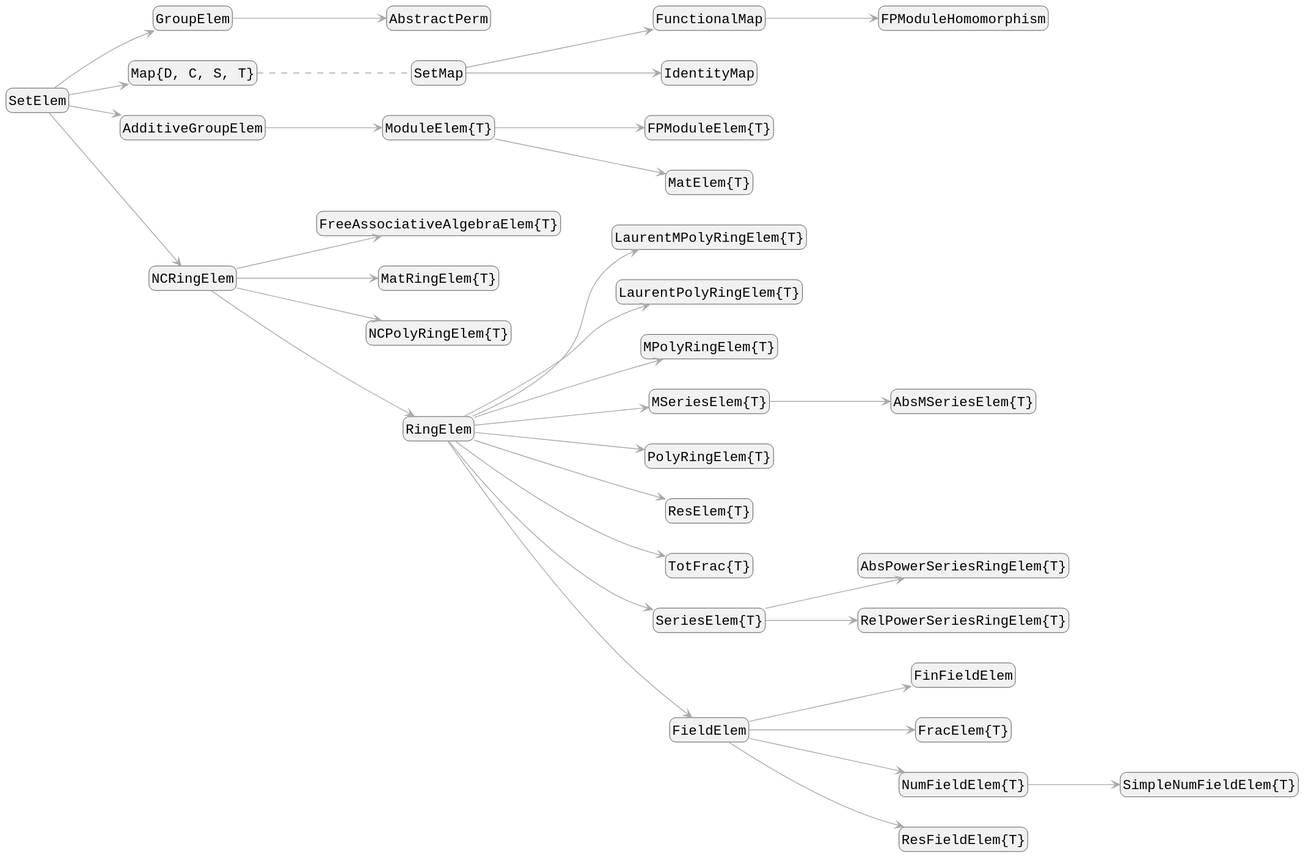
Earlier version of the PlantUML export docs/src/assets/elements_diagram.svg (Nemocas/AbstractAlgebra.jl).
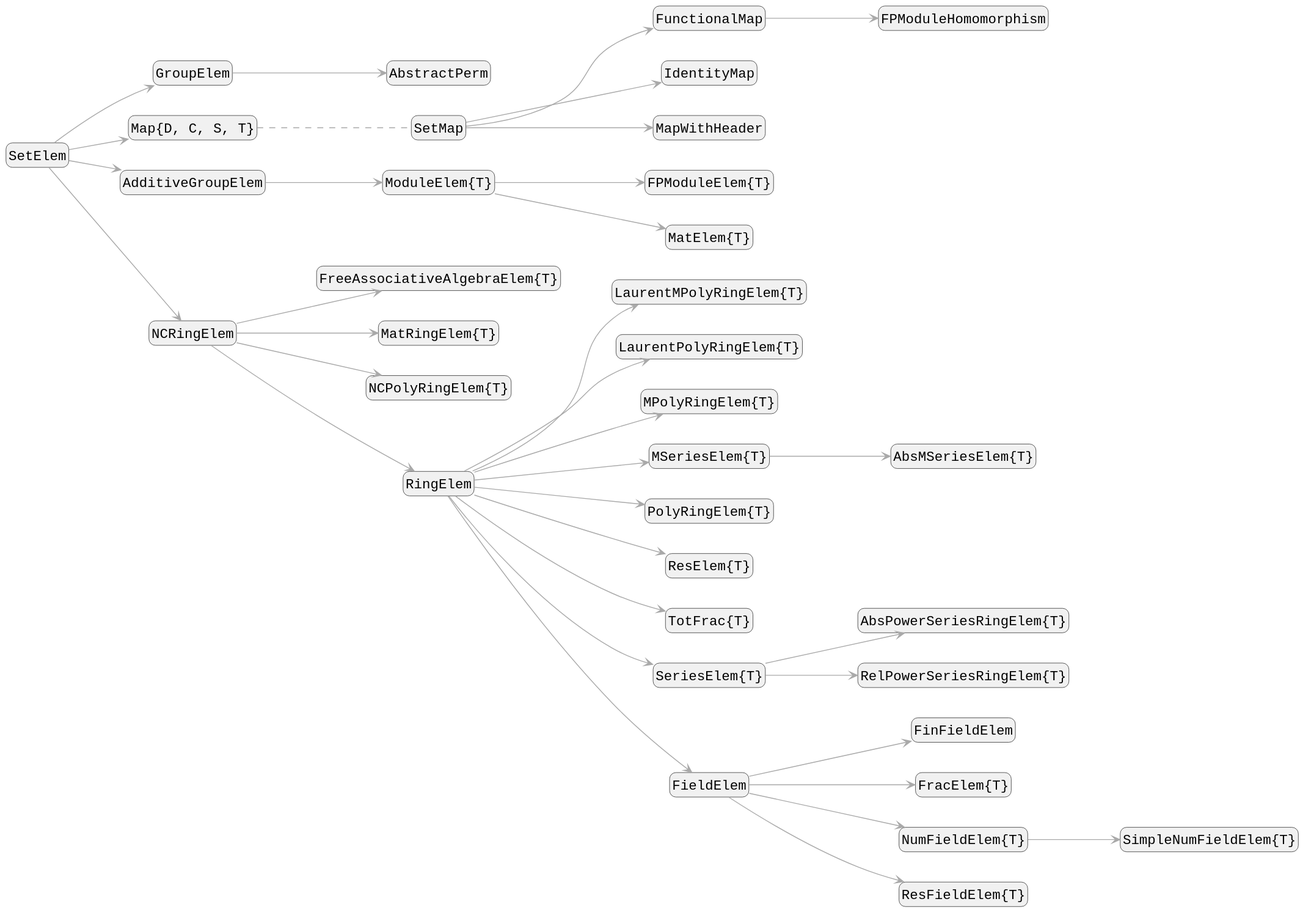
The same file after the commit.

Commit message:
Sync the type diagrams with master

#2524 removed IdealElem, so the IGNORED workaround is dead.  #2443
added MapWithHeader <: SetMap, which now appears in the elements
diagram.

Assisted-by: Claude Code (Opus 5.5)

What changed in the source:
```diff
@@ -39,6 +39,7 @@
 "SetMap" --> "FunctionalMap"
 "FunctionalMap" --> "FPModuleHomomorphism"
 "SetMap" --> "IdentityMap"
+"SetMap" --> "MapWithHeader"
 
 "Map{D, C, S, T}" .. "SetMap"
 hide members
```
